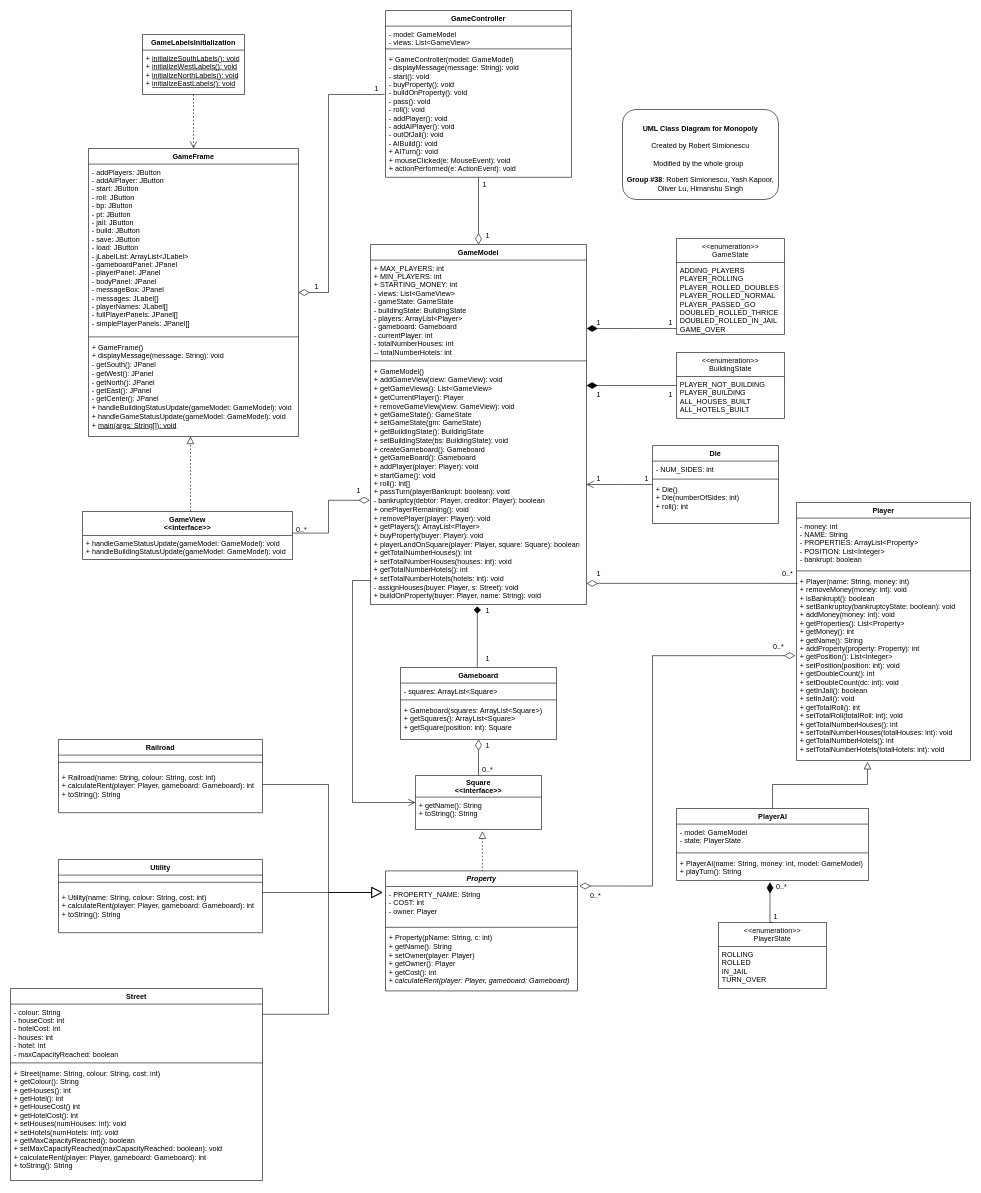
The draw.io diagram Monopoly_UML_Diagram.drawio in YashKapoor1102/Monopoly, before the edit. Source tidied: cells renumbered, new cells numbered last; positions are measured from the earlier drawing's top-left corner, leaving out a move shared by most shapes. Both pictures are drawn from the tidied source at 60%, with x=0, y=0 at pixel (10, 10).
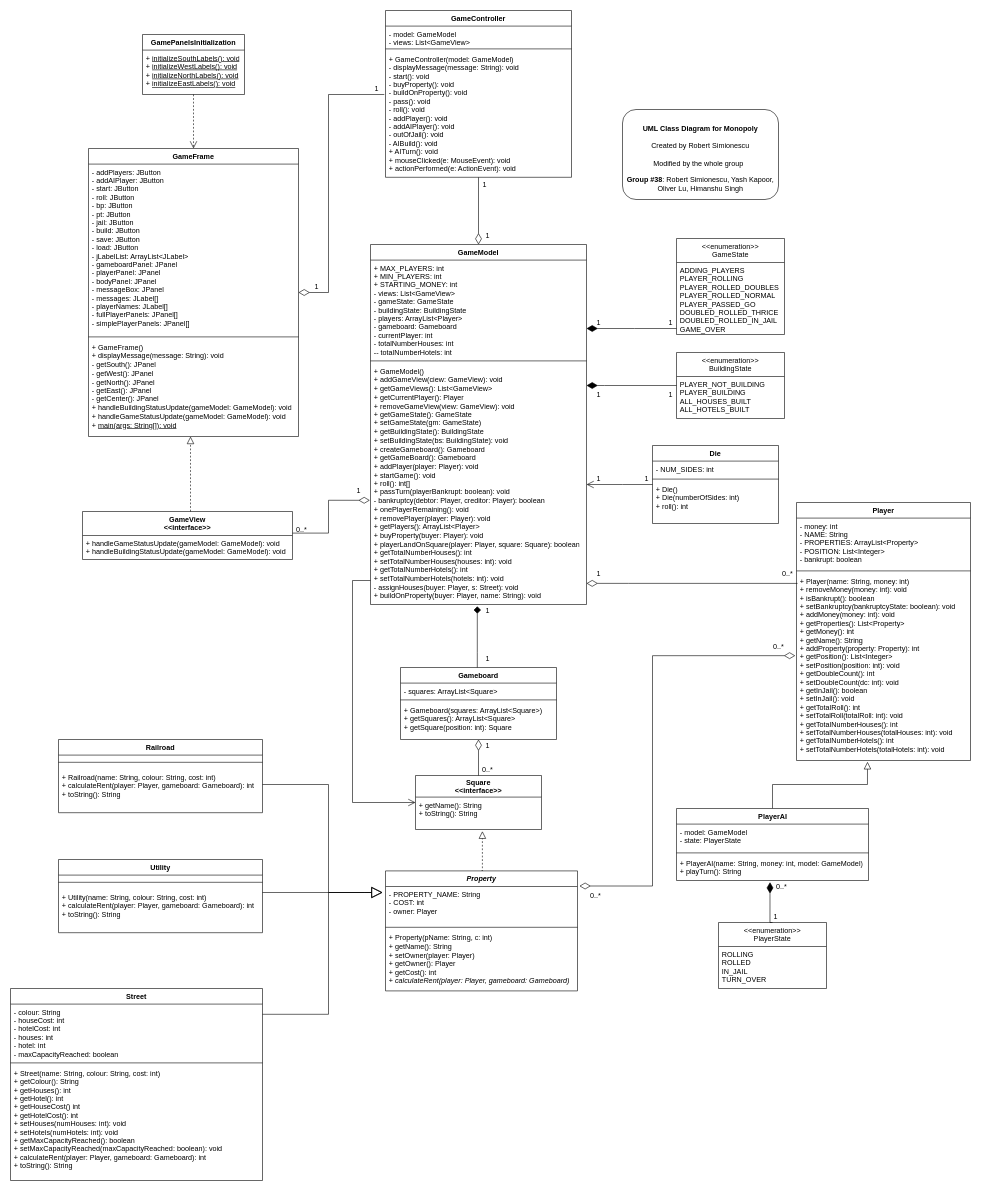
Above is the later version.

What changed in the source:
```diff
@@
-    <mxCell id="69" value="GameLabelsInitialization" style="swimlane;fontStyle=1;horizontal=1;startSize=26;fillColor=none;" parent="1" vertex="1">
+    <mxCell id="69" value="GamePanelsInitialization" style="swimlane;fontStyle=1;horizontal=1;startSize=26;fillColor=none;" parent="1" vertex="1">
       <mxGeometry x="220" y="40" width="170" height="100" as="geometry" />
     </mxCell>
```
